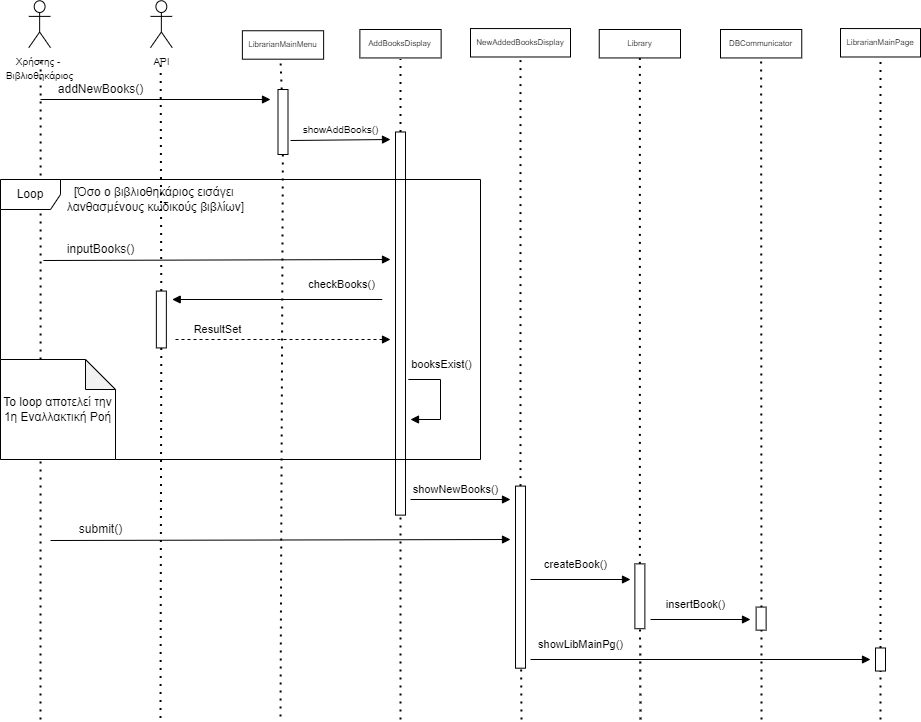
This is 2nd Assignment/Sequence Diagrams-v.0.1/Sequence-Diagram-v0.1-Προσθήκη Νέων Βιβλίων στην Βάση Δεδομένων.png from CallMeJasonYT/LibraVision, a draw.io export, as it was before one commit. Source tidied: cells renumbered, new cells last; positions are measured from the earlier drawing's top-left corner, leaving out a move shared by most shapes.
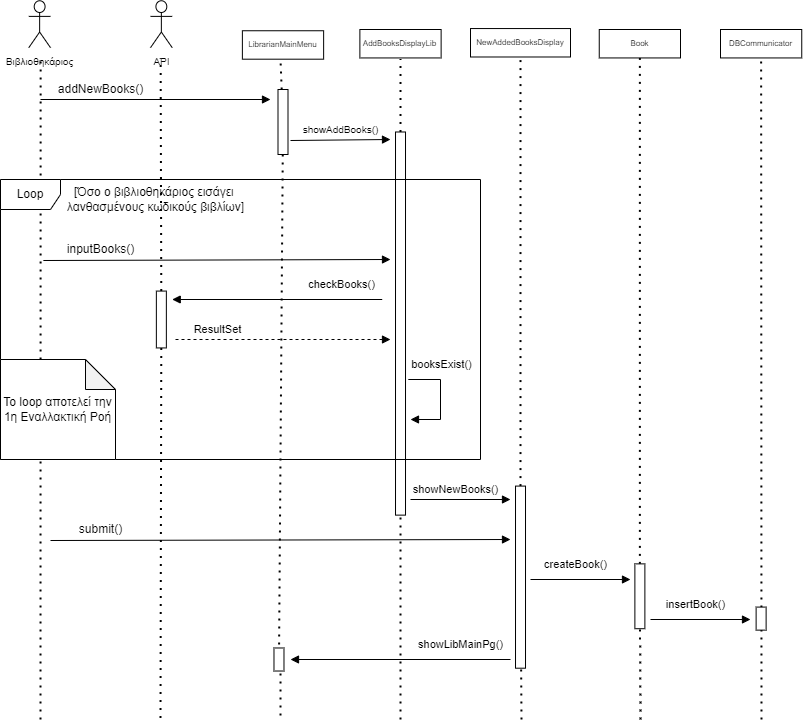
After the change.

Commit message:
Sequence-Diagram-v0.1-Προσθήκη Νέων Βιβλίων στην Βάση Δεδομένων

Diff of the diagram source:
```diff
@@ -12,9 +12,6 @@
         <mxPoint x="761" y="719" as="sourcePoint" />
       </mxGeometry>
     </mxCell>
-    <mxCell id="4" style="endArrow=none;dashed=1;html=1;dashPattern=1 3;strokeWidth=2;rounded=0;" parent="1" edge="1" source="54" target="16">
-      <mxGeometry relative="1" as="geometry" />
-    </mxCell>
     <mxCell id="5" style="endArrow=none;dashed=1;html=1;dashPattern=1 3;strokeWidth=2;rounded=0;" parent="1" edge="1" source="47" target="14">
       <mxGeometry relative="1" as="geometry" />
     </mxCell>
@@ -46,7 +43,7 @@
     <mxCell id="12" value="LibrarianMainMenu" style="rounded=0;whiteSpace=wrap;html=1;spacing=0;fontSize=8;" parent="1" vertex="1">
       <mxGeometry x="241.9" y="30.2" width="81.2" height="28.4" as="geometry" />
     </mxCell>
-    <mxCell id="13" value="AddBooksDisplay" style="rounded=0;whiteSpace=wrap;html=1;spacing=0;fontSize=8;" parent="1" vertex="1">
+    <mxCell id="13" value="AddBooksDisplayLib" style="rounded=0;whiteSpace=wrap;html=1;spacing=0;fontSize=8;" parent="1" vertex="1">
       <mxGeometry x="359.4" y="29" width="81.2" height="28.4" as="geometry" />
     </mxCell>
     <mxCell id="14" value="NewAddedBooksDisplay" style="rounded=0;whiteSpace=wrap;html=1;spacing=0;fontSize=8;" parent="1" vertex="1">
@@ -55,10 +52,7 @@
     <mxCell id="15" value="DBCommunicator" style="rounded=0;whiteSpace=wrap;html=1;spacing=0;fontSize=8;" parent="1" vertex="1">
       <mxGeometry x="720" y="29" width="81.2" height="28.4" as="geometry" />
     </mxCell>
-    <mxCell id="16" value="LibrarianMainPage" style="rounded=0;whiteSpace=wrap;html=1;spacing=0;fontSize=8;" parent="1" vertex="1">
-      <mxGeometry x="840" y="28" width="80" height="28.4" as="geometry" />
-    </mxCell>
-    <mxCell id="17" value="&lt;font style=&quot;font-size: 10px;&quot;&gt;Χρήστης -&amp;nbsp;&lt;/font&gt;&lt;div&gt;&lt;font style=&quot;font-size: 10px;&quot;&gt;Βιβλιοθηκάριος&lt;/font&gt;&lt;/div&gt;" style="shape=umlActor;verticalLabelPosition=bottom;verticalAlign=top;html=1;" parent="1" vertex="1">
+    <mxCell id="17" value="&lt;span style=&quot;font-size: 10px; background-color: initial;&quot;&gt;Βιβλιοθηκάριος&lt;/span&gt;" style="shape=umlActor;verticalLabelPosition=bottom;verticalAlign=top;html=1;" parent="1" vertex="1">
       <mxGeometry x="28.3" y="0.2" width="21.7" height="46.9" as="geometry" />
     </mxCell>
     <mxCell id="18" value="&lt;span style=&quot;font-size: 10px;&quot;&gt;API&lt;/span&gt;" style="shape=umlActor;verticalLabelPosition=bottom;verticalAlign=top;html=1;" parent="1" vertex="1">
@@ -70,7 +64,7 @@
         <mxPoint x="40.1" y="56.5" as="targetPoint" />
       </mxGeometry>
     </mxCell>
-    <mxCell id="20" style="endArrow=none;dashed=1;html=1;dashPattern=1 3;strokeWidth=2;rounded=0;" parent="1" edge="1" source="11">
+    <mxCell id="20" style="endArrow=none;dashed=1;html=1;dashPattern=1 3;strokeWidth=2;rounded=0;exitX=-0.111;exitY=0.654;exitDx=0;exitDy=0;exitPerimeter=0;" parent="1" edge="1" source="57">
       <mxGeometry relative="1" as="geometry">
         <mxPoint x="280" y="719" as="targetPoint" />
       </mxGeometry>
@@ -150,7 +144,7 @@
     <mxCell id="37" value="showNewBooks()" style="text;html=1;align=center;verticalAlign=middle;strokeColor=none;fillColor=none;fontSize=11;" parent="1" vertex="1">
       <mxGeometry x="400" y="474" width="110" height="30" as="geometry" />
     </mxCell>
-    <mxCell id="38" value="Library" style="rounded=0;whiteSpace=wrap;html=1;spacing=0;fontSize=8;" parent="1" vertex="1">
+    <mxCell id="38" value="Book" style="rounded=0;whiteSpace=wrap;html=1;spacing=0;fontSize=8;" parent="1" vertex="1">
       <mxGeometry x="598.8" y="29" width="81.2" height="28.4" as="geometry" />
     </mxCell>
     <mxCell id="39" style="endArrow=none;dashed=1;html=1;dashPattern=1 3;strokeWidth=2;rounded=0;" parent="1" edge="1" source="51" target="38">
@@ -198,12 +192,12 @@
     </mxCell>
     <mxCell id="49" style="html=1;verticalAlign=bottom;endArrow=block;curved=0;rounded=0;" parent="1" edge="1">
       <mxGeometry x="0.02" y="5" relative="1" as="geometry">
-        <mxPoint x="530" y="659" as="sourcePoint" />
-        <mxPoint x="870" y="659" as="targetPoint" />
+        <mxPoint x="510" y="659" as="sourcePoint" />
+        <mxPoint x="290" y="659" as="targetPoint" />
       </mxGeometry>
     </mxCell>
     <mxCell id="50" value="showLibMainPg()" style="text;html=1;align=center;verticalAlign=middle;strokeColor=none;fillColor=none;fontSize=11;spacing=0;" parent="1" vertex="1">
-      <mxGeometry x="530" y="634" width="100" height="20" as="geometry" />
+      <mxGeometry x="410" y="634" width="100" height="20" as="geometry" />
     </mxCell>
     <mxCell id="51" style="rounded=0;whiteSpace=wrap;html=1;rotation=-90;" parent="1" vertex="1">
       <mxGeometry x="607" y="590.8" width="64.8" height="10" as="geometry" />
@@ -211,18 +205,16 @@
     <mxCell id="52" style="rounded=0;whiteSpace=wrap;html=1;rotation=-90;" parent="1" vertex="1">
       <mxGeometry x="749.1" y="613.1" width="23" height="10" as="geometry" />
     </mxCell>
-    <mxCell id="53" style="endArrow=none;dashed=1;html=1;dashPattern=1 3;strokeWidth=2;rounded=0;" parent="1" edge="1" target="54">
-      <mxGeometry relative="1" as="geometry">
-        <mxPoint x="880" y="719" as="sourcePoint" />
-      </mxGeometry>
-    </mxCell>
-    <mxCell id="54" style="rounded=0;whiteSpace=wrap;html=1;rotation=-90;" parent="1" vertex="1">
-      <mxGeometry x="868.5" y="654" width="23" height="10" as="geometry" />
-    </mxCell>
     <mxCell id="55" style="endArrow=none;dashed=1;html=1;dashPattern=1 3;strokeWidth=2;rounded=0;" parent="1" edge="1" source="35">
       <mxGeometry relative="1" as="geometry">
         <mxPoint x="160" y="719" as="targetPoint" />
       </mxGeometry>
     </mxCell>
+    <mxCell id="56" style="endArrow=none;dashed=1;html=1;dashPattern=1 3;strokeWidth=2;rounded=0;" parent="1" edge="1" source="11" target="57">
+      <mxGeometry relative="1" as="geometry" />
+    </mxCell>
+    <mxCell id="57" style="rounded=0;whiteSpace=wrap;html=1;rotation=-90;" parent="1" vertex="1">
+      <mxGeometry x="267" y="654" width="23" height="10" as="geometry" />
+    </mxCell>
   </root>
 </mxGraphModel>
```
